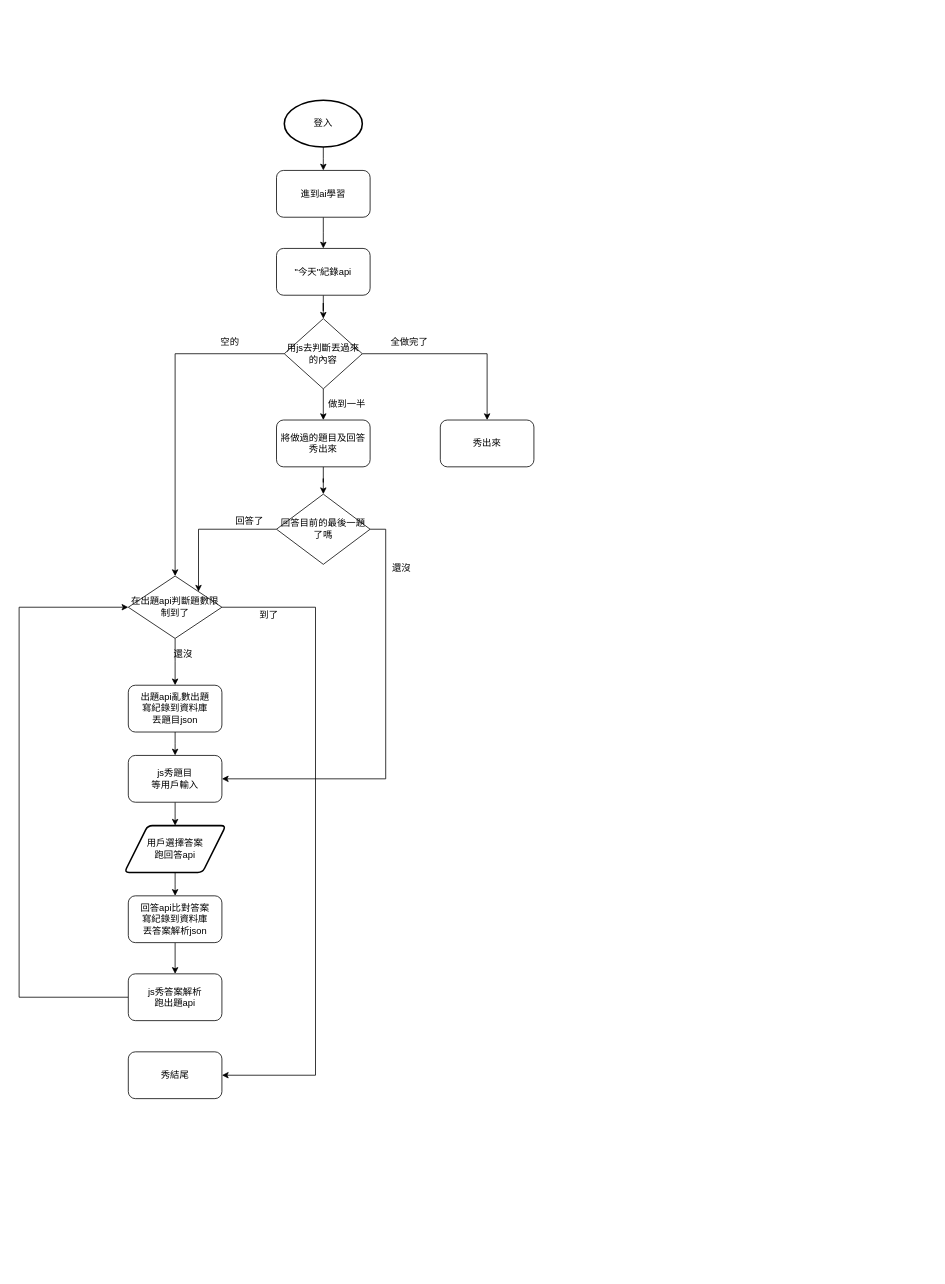
Above: 未命名圖表.drawio in kartg0203/work_flow (draw.io), before the change. Source tidied: cells renumbered, new cells numbered last; positions are measured from the earlier drawing's top-left corner, leaving out a move shared by most shapes. Both pictures are drawn from the tidied source at 78%, with x=0, y=0 at pixel (19, 100).
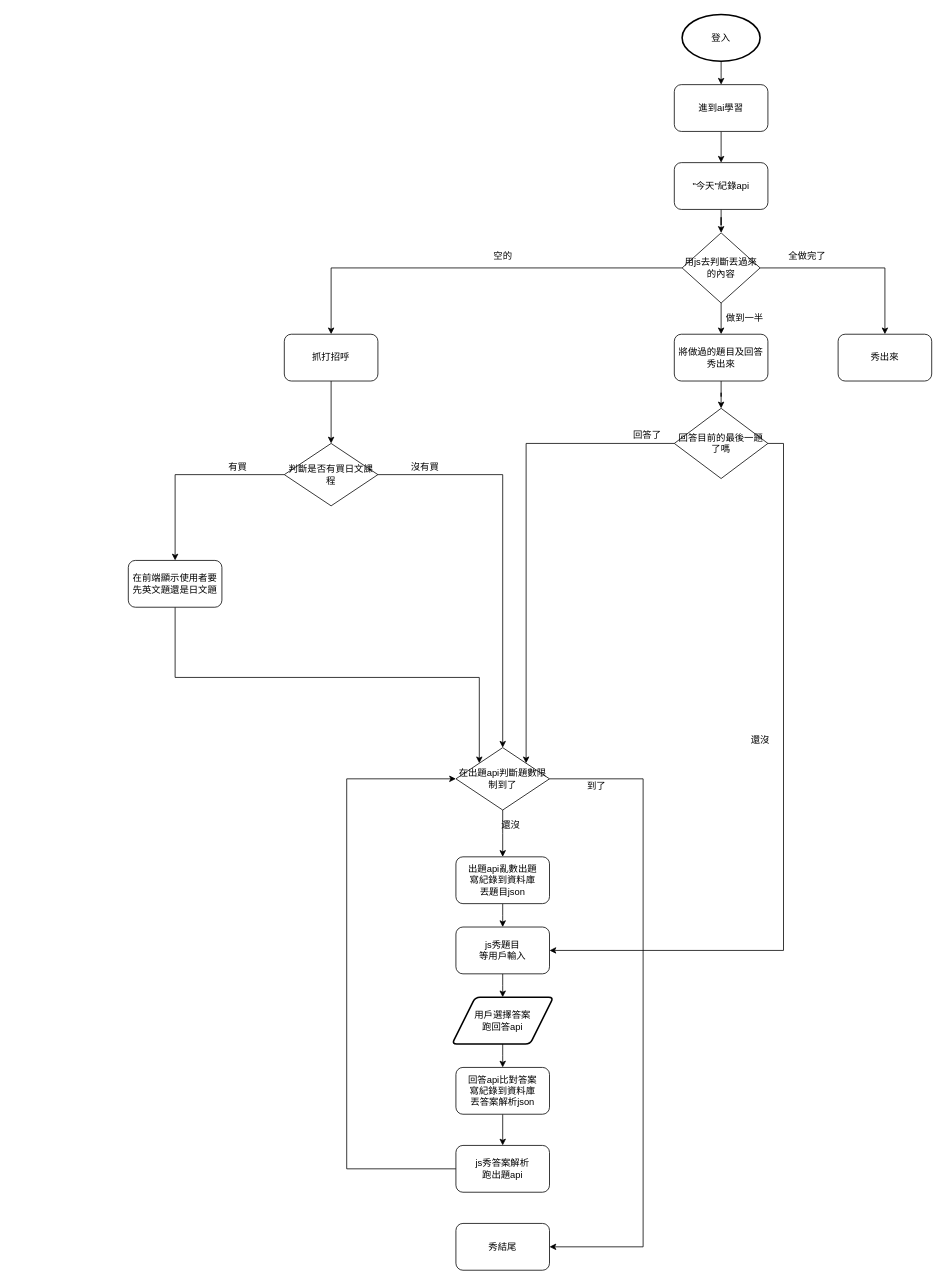
After the change.

Commit message:
新增判斷使用者有沒有買日文.drawio

Diff of the diagram source:
```diff
@@
     <mxCell id="3" value="登入" style="strokeWidth=2;html=1;shape=mxgraph.flowchart.start_1;whiteSpace=wrap;" parent="1" vertex="1">
-      <mxGeometry x="340" width="100" height="60" as="geometry" />
+      <mxGeometry x="850" y="-110" width="100" height="60" as="geometry" />
     </mxCell>
     <mxCell id="4" style="edgeStyle=orthogonalEdgeStyle;rounded=0;jettySize=auto;html=1;startArrow=none;" parent="1" edge="1" source="7">
       <mxGeometry relative="1" as="geometry">
-        <mxPoint x="390" y="190" as="targetPoint" />
+        <mxPoint x="900" y="80" as="targetPoint" />
       </mxGeometry>
     </mxCell>
     <mxCell id="5" style="edgeStyle=elbowEdgeStyle;rounded=0;jettySize=auto;elbow=vertical;html=1;" parent="1" edge="1" source="6">
       <mxGeometry relative="1" as="geometry">
-        <mxPoint x="200" y="930" as="targetPoint" />
+        <mxPoint x="620" y="1150" as="targetPoint" />
       </mxGeometry>
     </mxCell>
     <mxCell id="6" value="js秀題目&lt;br&gt;等用戶輸入" style="rounded=1;whiteSpace=wrap;html=1;" parent="1" vertex="1">
-      <mxGeometry x="140" y="840" width="120" height="60" as="geometry" />
+      <mxGeometry x="560" y="1060" width="120" height="60" as="geometry" />
     </mxCell>
     <mxCell id="7" value="進到ai學習" style="rounded=1;whiteSpace=wrap;html=1;" parent="1" vertex="1">
-      <mxGeometry x="330" y="90" width="120" height="60" as="geometry" />
+      <mxGeometry x="840" y="-20" width="120" height="60" as="geometry" />
     </mxCell>
@@
     <mxCell id="9" value="用戶選擇答案&lt;br&gt;跑回答api" style="shape=parallelogram;html=1;strokeWidth=2;perimeter=parallelogramPerimeter;whiteSpace=wrap;rounded=1;arcSize=12;size=0.23;" parent="1" vertex="1">
-      <mxGeometry x="135" y="930" width="130" height="60" as="geometry" />
+      <mxGeometry x="555" y="1150" width="130" height="60" as="geometry" />
     </mxCell>
@@
     <mxCell id="11" value="出題api亂數出題&lt;br&gt;寫紀錄到資料庫&lt;br&gt;丟題目json" style="rounded=1;whiteSpace=wrap;html=1;" parent="1" vertex="1">
-      <mxGeometry x="140" y="750" width="120" height="60" as="geometry" />
+      <mxGeometry x="560" y="970" width="120" height="60" as="geometry" />
     </mxCell>
@@
     <mxCell id="13" value="回答api比對答案&lt;br&gt;寫紀錄到資料庫&lt;br&gt;丟答案解析json" style="rounded=1;whiteSpace=wrap;html=1;" parent="1" vertex="1">
-      <mxGeometry x="140" y="1020" width="120" height="60" as="geometry" />
+      <mxGeometry x="560" y="1240" width="120" height="60" as="geometry" />
     </mxCell>
@@
     <mxCell id="15" style="edgeStyle=orthogonalEdgeStyle;rounded=0;jettySize=auto;html=1;entryX=1;entryY=0.5;entryDx=0;entryDy=0;entryPerimeter=0;" parent="1" edge="1" source="16" target="20">
       <mxGeometry relative="1" as="geometry">
         <Array as="points">
-          <mxPoint x="380" y="650" />
-          <mxPoint x="380" y="1250" />
+          <mxPoint x="800" y="870" />
+          <mxPoint x="800" y="1470" />
         </Array>
       </mxGeometry>
     </mxCell>
     <mxCell id="16" value="在出題api判斷題數限制到了" style="rhombus;whiteSpace=wrap;html=1;" parent="1" vertex="1">
-      <mxGeometry x="140" y="610" width="120" height="80" as="geometry" />
+      <mxGeometry x="560" y="830" width="120" height="80" as="geometry" />
     </mxCell>
     <mxCell id="17" value="還沒" style="text;html=1;align=center;verticalAlign=middle;strokeColor=none;" parent="1" vertex="1">
-      <mxGeometry x="190" y="700" width="40" height="20" as="geometry" />
+      <mxGeometry x="610" y="920" width="40" height="20" as="geometry" />
     </mxCell>
     <mxCell id="18" style="edgeStyle=orthogonalEdgeStyle;rounded=0;jettySize=auto;html=1;entryX=0;entryY=0.5;entryDx=0;entryDy=0;" parent="1" edge="1" source="19" target="16">
       <mxGeometry relative="1" as="geometry">
         <Array as="points">
-          <mxPoint y="1150" />
-          <mxPoint y="650" />
+          <mxPoint x="420" y="1370" />
+          <mxPoint x="420" y="870" />
         </Array>
       </mxGeometry>
     </mxCell>
     <mxCell id="19" value="js秀答案解析&lt;br&gt;跑出題api" style="rounded=1;whiteSpace=wrap;html=1;" parent="1" vertex="1">
-      <mxGeometry x="140" y="1120" width="120" height="60" as="geometry" />
+      <mxGeometry x="560" y="1340" width="120" height="60" as="geometry" />
     </mxCell>
     <mxCell id="20" value="秀結尾" style="rounded=1;whiteSpace=wrap;html=1;" parent="1" vertex="1">
-      <mxGeometry x="140" y="1220" width="120" height="60" as="geometry" />
+      <mxGeometry x="560" y="1440" width="120" height="60" as="geometry" />
     </mxCell>
     <mxCell id="21" value="到了" style="text;html=1;align=center;verticalAlign=middle;strokeColor=none;" parent="1" vertex="1">
-      <mxGeometry x="300" y="650" width="40" height="20" as="geometry" />
+      <mxGeometry x="720" y="870" width="40" height="20" as="geometry" />
     </mxCell>
-    <mxCell id="22" style="edgeStyle=orthogonalEdgeStyle;rounded=0;jettySize=auto;html=1;entryX=0.5;entryY=0;entryDx=0;entryDy=0;exitX=0;exitY=0.5;exitDx=0;exitDy=0;" parent="1" edge="1" source="29" target="16">
-      <mxGeometry relative="1" as="geometry">
-        <Array as="points">
-          <mxPoint x="200" y="325" />
-        </Array>
-      </mxGeometry>
-    </mxCell>
     <mxCell id="23" value="空的" style="text;html=1;align=center;verticalAlign=middle;strokeColor=none;" parent="1" vertex="1">
-      <mxGeometry x="250" y="300" width="40" height="20" as="geometry" />
+      <mxGeometry x="600" y="190" width="40" height="20" as="geometry" />
     </mxCell>
     <mxCell id="24" value="還沒" style="text;html=1;align=center;verticalAlign=middle;strokeColor=none;" parent="1" vertex="1">
-      <mxGeometry x="470" y="590" width="40" height="20" as="geometry" />
+      <mxGeometry x="930" y="810" width="40" height="20" as="geometry" />
     </mxCell>
@@
     <mxCell id="26" value="&lt;span&gt;&quot;今天&quot;紀錄api&lt;/span&gt;" style="rounded=1;whiteSpace=wrap;html=1;" parent="1" vertex="1">
-      <mxGeometry x="330" y="190" width="120" height="60" as="geometry" />
+      <mxGeometry x="840" y="80" width="120" height="60" as="geometry" />
     </mxCell>
@@
+    <mxCell id="39" style="edgeStyle=orthogonalEdgeStyle;rounded=0;jettySize=auto;html=1;" parent="1" edge="1" source="29" target="41">
+      <mxGeometry relative="1" as="geometry" />
+    </mxCell>
     <mxCell id="29" value="&lt;span&gt;用js去判斷丟過來的內容&lt;/span&gt;" style="rhombus;whiteSpace=wrap;html=1;" parent="1" vertex="1">
-      <mxGeometry x="340" y="280" width="100" height="90" as="geometry" />
+      <mxGeometry x="850" y="170" width="100" height="90" as="geometry" />
     </mxCell>
     <mxCell id="30" value="秀出來" style="rounded=1;whiteSpace=wrap;html=1;" parent="1" vertex="1">
-      <mxGeometry x="540" y="410" width="120" height="60" as="geometry" />
+      <mxGeometry x="1050" y="300" width="120" height="60" as="geometry" />
     </mxCell>
     <mxCell id="31" value="全做完了" style="text;html=1;align=center;verticalAlign=middle;strokeColor=none;" parent="1" vertex="1">
-      <mxGeometry x="470" y="300" width="60" height="20" as="geometry" />
+      <mxGeometry x="980" y="190" width="60" height="20" as="geometry" />
     </mxCell>
@@
     <mxCell id="34" value="回答目前的最後一題了嗎" style="rhombus;whiteSpace=wrap;html=1;" parent="1" vertex="1">
-      <mxGeometry x="330" y="505" width="120" height="90" as="geometry" />
+      <mxGeometry x="840" y="395" width="120" height="90" as="geometry" />
     </mxCell>
     <mxCell id="35" value="回答了" style="text;html=1;align=center;verticalAlign=middle;strokeColor=none;" parent="1" vertex="1">
-      <mxGeometry x="270" y="530" width="50" height="20" as="geometry" />
+      <mxGeometry x="780" y="420" width="50" height="20" as="geometry" />
     </mxCell>
@@
     <mxCell id="37" value="將做過的題目及回答秀出來" style="rounded=1;whiteSpace=wrap;html=1;" parent="1" vertex="1">
-      <mxGeometry x="330" y="410" width="120" height="60" as="geometry" />
+      <mxGeometry x="840" y="300" width="120" height="60" as="geometry" />
     </mxCell>
     <mxCell id="38" value="做到一半" style="text;html=1;align=center;verticalAlign=middle;strokeColor=none;" parent="1" vertex="1">
-      <mxGeometry x="390" y="380" width="60" height="20" as="geometry" />
+      <mxGeometry x="900" y="270" width="60" height="20" as="geometry" />
     </mxCell>
+    <mxCell id="40" style="edgeStyle=orthogonalEdgeStyle;rounded=0;jettySize=auto;html=1;entryX=0.5;entryY=0;entryDx=0;entryDy=0;" parent="1" edge="1" source="41" target="44">
+      <mxGeometry relative="1" as="geometry" />
+    </mxCell>
+    <mxCell id="41" value="抓打招呼" style="rounded=1;whiteSpace=wrap;html=1;" parent="1" vertex="1">
+      <mxGeometry x="340" y="300" width="120" height="60" as="geometry" />
+    </mxCell>
+    <mxCell id="42" style="edgeStyle=orthogonalEdgeStyle;rounded=0;jettySize=auto;html=1;" parent="1" edge="1" source="44" target="47">
+      <mxGeometry relative="1" as="geometry" />
+    </mxCell>
+    <mxCell id="43" style="edgeStyle=orthogonalEdgeStyle;rounded=0;jettySize=auto;html=1;entryX=0.5;entryY=0;entryDx=0;entryDy=0;" parent="1" edge="1" source="44" target="16">
+      <mxGeometry relative="1" as="geometry" />
+    </mxCell>
+    <mxCell id="44" value="判斷是否有買日文課程" style="rhombus;whiteSpace=wrap;html=1;" parent="1" vertex="1">
+      <mxGeometry x="340" y="440" width="120" height="80" as="geometry" />
+    </mxCell>
+    <mxCell id="45" value="沒有買" style="text;html=1;align=center;verticalAlign=middle;strokeColor=none;fillColor=none;" parent="1" vertex="1">
+      <mxGeometry x="495" y="460" width="50" height="20" as="geometry" />
+    </mxCell>
+    <mxCell id="46" style="edgeStyle=orthogonalEdgeStyle;rounded=0;jettySize=auto;html=1;entryX=0;entryY=0;entryDx=0;entryDy=0;" parent="1" edge="1" source="47" target="16">
+      <mxGeometry relative="1" as="geometry">
+        <Array as="points">
+          <mxPoint x="200" y="740" />
+          <mxPoint x="590" y="740" />
+        </Array>
+      </mxGeometry>
+    </mxCell>
+    <mxCell id="47" value="在前端顯示使用者要先英文題還是日文題" style="rounded=1;whiteSpace=wrap;html=1;" parent="1" vertex="1">
+      <mxGeometry x="140" y="590" width="120" height="60" as="geometry" />
+    </mxCell>
+    <mxCell id="48" value="有買" style="text;html=1;align=center;verticalAlign=middle;strokeColor=none;fillColor=none;" parent="1" vertex="1">
+      <mxGeometry x="260" y="460" width="40" height="20" as="geometry" />
+    </mxCell>
```
